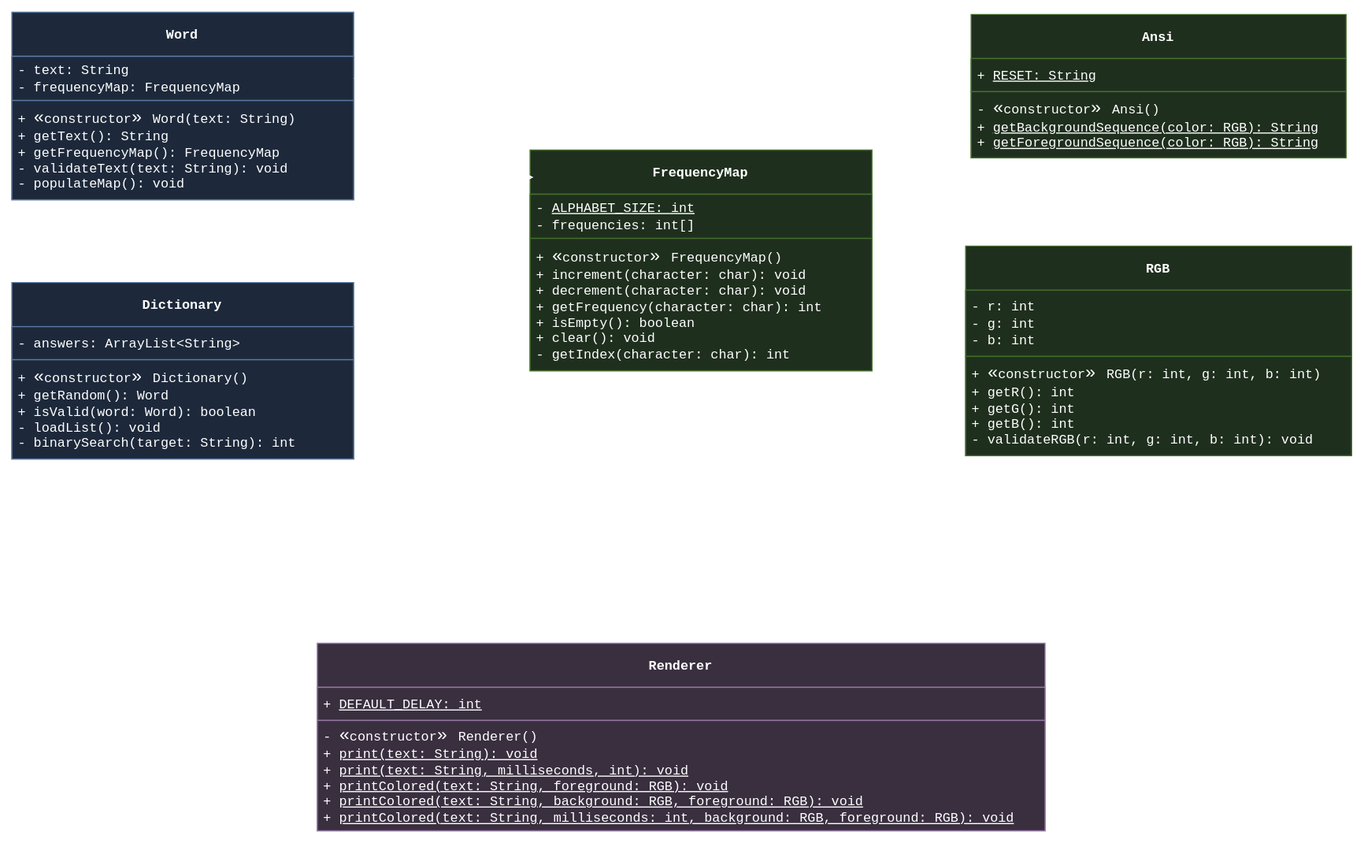
The draw.io diagram assets/wordle-class-diagram.svg in actuallyhollow/basic-wordle-java, before a commit. Source tidied: cells renumbered, new cells last; positions are measured from the earlier drawing's top-left corner, leaving out a move shared by most shapes.
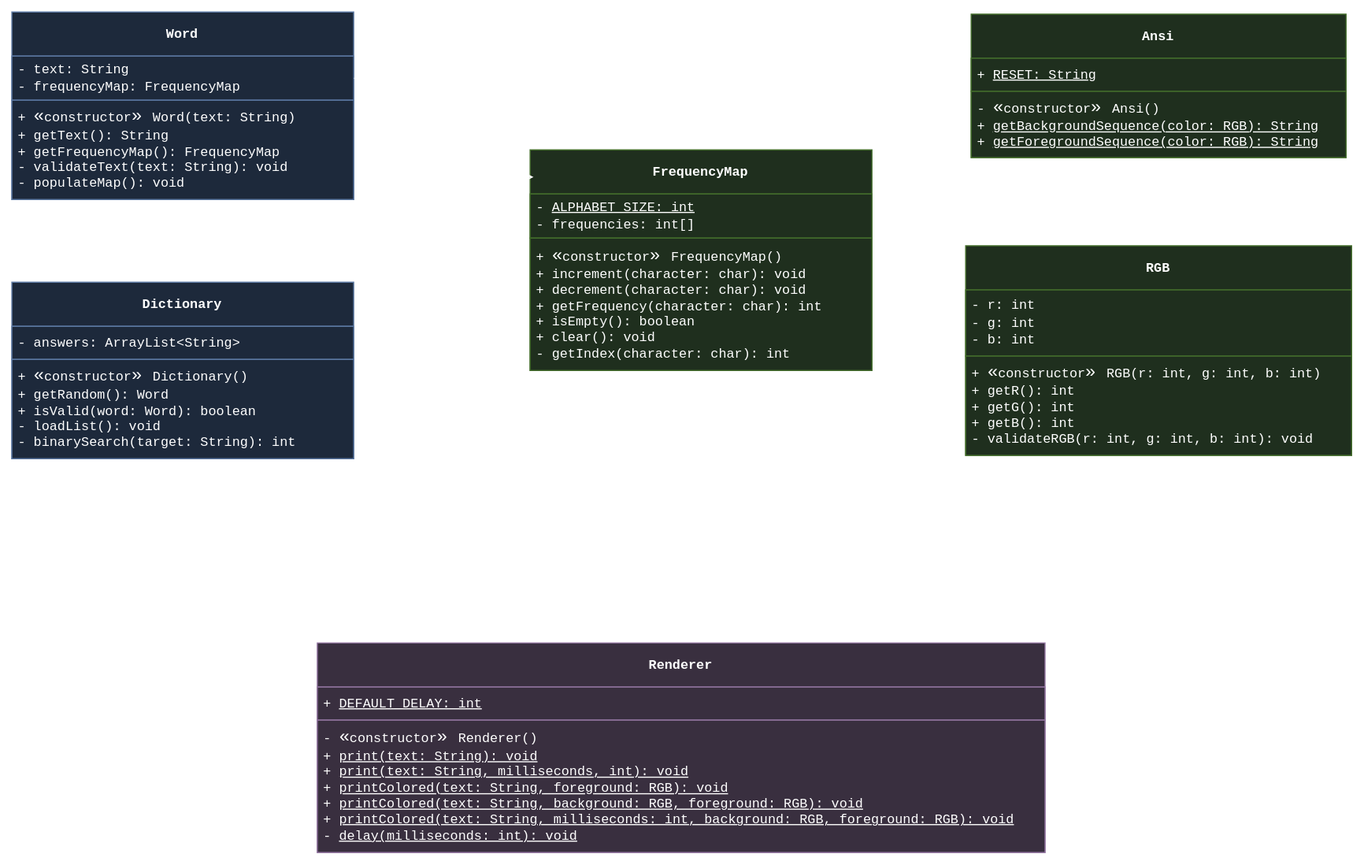
After the commit.

Commit message:
docs: add missing delay method to Renderer UML

* Add Renderer's delay() helper method to the UML class diagram.
* Export updated SVG image to reflect accurate architecture.

Change to the diagram source:
```diff
@@ -56,13 +56,13 @@
       <mxGeometry y="70" width="340" height="60" as="geometry" />
     </mxCell>
     <mxCell id="18" value="&lt;div&gt;&lt;span style=&quot;background-color: transparent;&quot;&gt;&lt;font style=&quot;&quot; face=&quot;Menlo, Monaco, 'Courier New', monospace&quot;&gt;Renderer&lt;/font&gt;&lt;/span&gt;&lt;/div&gt;" style="swimlane;fontStyle=1;align=center;verticalAlign=middle;horizontal=1;startSize=40;whiteSpace=wrap;html=1;fillColor=#e1d5e7;strokeColor=#9673a6;" parent="1" vertex="1">
-      <mxGeometry x="277" y="572" width="660" height="170" as="geometry" />
+      <mxGeometry x="277" y="572" width="660" height="190" as="geometry" />
     </mxCell>
     <mxCell id="19" value="&lt;div&gt;&lt;font face=&quot;Menlo, Monaco, 'Courier New', monospace&quot;&gt;+&amp;nbsp;&lt;u&gt;DEFAULT_DELAY: int&lt;/u&gt;&lt;/font&gt;&lt;/div&gt;" style="text;align=left;verticalAlign=middle;spacingLeft=4;spacingRight=4;overflow=hidden;whiteSpace=wrap;html=1;fillColor=#e1d5e7;strokeColor=#9673a6;" parent="18" vertex="1">
       <mxGeometry y="40" width="660" height="30" as="geometry" />
     </mxCell>
-    <mxCell id="20" value="&lt;div&gt;-&amp;nbsp;&lt;span style=&quot;background-color: transparent; scrollbar-color: rgb(75, 75, 75) rgb(27, 29, 30); font-size: medium; caret-color: rgb(0, 0, 0);&quot;&gt;«&lt;/span&gt;&lt;span style=&quot;background-color: transparent; scrollbar-color: rgb(75, 75, 75) rgb(27, 29, 30); text-align: center;&quot;&gt;constructor&lt;/span&gt;&lt;span style=&quot;background-color: transparent; scrollbar-color: rgb(75, 75, 75) rgb(27, 29, 30); font-size: medium; caret-color: rgb(0, 0, 0);&quot;&gt;&lt;font face=&quot;Menlo, Monaco, 'Courier New', monospace&quot;&gt;»&amp;nbsp;&lt;/font&gt;&lt;/span&gt;&lt;span style=&quot;background-color: transparent;&quot;&gt;Renderer()&lt;/span&gt;&lt;/div&gt;&lt;div&gt;&lt;span style=&quot;background-color: transparent;&quot;&gt;+ &lt;u&gt;print(text: String): void&lt;/u&gt;&lt;/span&gt;&lt;/div&gt;&lt;div&gt;&lt;span style=&quot;background-color: transparent;&quot;&gt;+ &lt;u&gt;print(text: String, milliseconds, int): void&lt;/u&gt;&lt;/span&gt;&lt;/div&gt;&lt;div&gt;&lt;span style=&quot;background-color: transparent;&quot;&gt;+ &lt;u&gt;printColored(text: String, foreground: RGB): void&lt;/u&gt;&lt;/span&gt;&lt;/div&gt;&lt;div&gt;&lt;span style=&quot;background-color: transparent;&quot;&gt;+ &lt;u&gt;printColored(text: String, background: RGB, foreground: RGB): void&lt;/u&gt;&lt;/span&gt;&lt;/div&gt;&lt;div&gt;&lt;span style=&quot;background-color: transparent;&quot;&gt;+ &lt;u&gt;printColored(text: String, milliseconds: int, background: RGB, foreground: RGB): void&lt;/u&gt;&lt;/span&gt;&lt;/div&gt;&lt;div&gt;&lt;div style=&quot;scrollbar-color: rgb(75, 75, 75) rgb(27, 29, 30);&quot;&gt;&lt;div style=&quot;scrollbar-color: rgb(75, 75, 75) rgb(27, 29, 30);&quot;&gt;&lt;/div&gt;&lt;/div&gt;&lt;/div&gt;" style="text;align=left;verticalAlign=middle;spacingLeft=4;spacingRight=4;overflow=hidden;whiteSpace=wrap;html=1;fontFamily=Menlo, Monaco, 'Courier New', monospace;fillColor=#e1d5e7;strokeColor=#9673a6;" parent="18" vertex="1">
-      <mxGeometry y="70" width="660" height="100" as="geometry" />
+    <mxCell id="20" value="&lt;div&gt;-&amp;nbsp;&lt;span style=&quot;background-color: transparent; scrollbar-color: rgb(75, 75, 75) rgb(27, 29, 30); font-size: medium; caret-color: rgb(0, 0, 0);&quot;&gt;«&lt;/span&gt;&lt;span style=&quot;background-color: transparent; scrollbar-color: rgb(75, 75, 75) rgb(27, 29, 30); text-align: center;&quot;&gt;constructor&lt;/span&gt;&lt;span style=&quot;background-color: transparent; scrollbar-color: rgb(75, 75, 75) rgb(27, 29, 30); font-size: medium; caret-color: rgb(0, 0, 0);&quot;&gt;&lt;font face=&quot;Menlo, Monaco, 'Courier New', monospace&quot;&gt;»&amp;nbsp;&lt;/font&gt;&lt;/span&gt;&lt;span style=&quot;background-color: transparent;&quot;&gt;Renderer()&lt;/span&gt;&lt;/div&gt;&lt;div&gt;&lt;span style=&quot;background-color: transparent;&quot;&gt;+ &lt;u&gt;print(text: String): void&lt;/u&gt;&lt;/span&gt;&lt;/div&gt;&lt;div&gt;&lt;span style=&quot;background-color: transparent;&quot;&gt;+ &lt;u&gt;print(text: String, milliseconds, int): void&lt;/u&gt;&lt;/span&gt;&lt;/div&gt;&lt;div&gt;&lt;span style=&quot;background-color: transparent;&quot;&gt;+ &lt;u&gt;printColored(text: String, foreground: RGB): void&lt;/u&gt;&lt;/span&gt;&lt;/div&gt;&lt;div&gt;&lt;span style=&quot;background-color: transparent;&quot;&gt;+ &lt;u&gt;printColored(text: String, background: RGB, foreground: RGB): void&lt;/u&gt;&lt;/span&gt;&lt;/div&gt;&lt;div&gt;&lt;span style=&quot;background-color: transparent;&quot;&gt;+ &lt;u&gt;printColored(text: String, milliseconds: int, background: RGB, foreground: RGB): void&lt;/u&gt;&lt;/span&gt;&lt;/div&gt;&lt;div&gt;- &lt;u&gt;delay(milliseconds: int): void&lt;/u&gt;&lt;/div&gt;&lt;div&gt;&lt;div style=&quot;scrollbar-color: rgb(75, 75, 75) rgb(27, 29, 30);&quot;&gt;&lt;div style=&quot;scrollbar-color: rgb(75, 75, 75) rgb(27, 29, 30);&quot;&gt;&lt;/div&gt;&lt;/div&gt;&lt;/div&gt;" style="text;align=left;verticalAlign=middle;spacingLeft=4;spacingRight=4;overflow=hidden;whiteSpace=wrap;html=1;fontFamily=Menlo, Monaco, 'Courier New', monospace;fillColor=#e1d5e7;strokeColor=#9673a6;" parent="18" vertex="1">
+      <mxGeometry y="70" width="660" height="120" as="geometry" />
     </mxCell>
   </root>
 </mxGraphModel>
```
